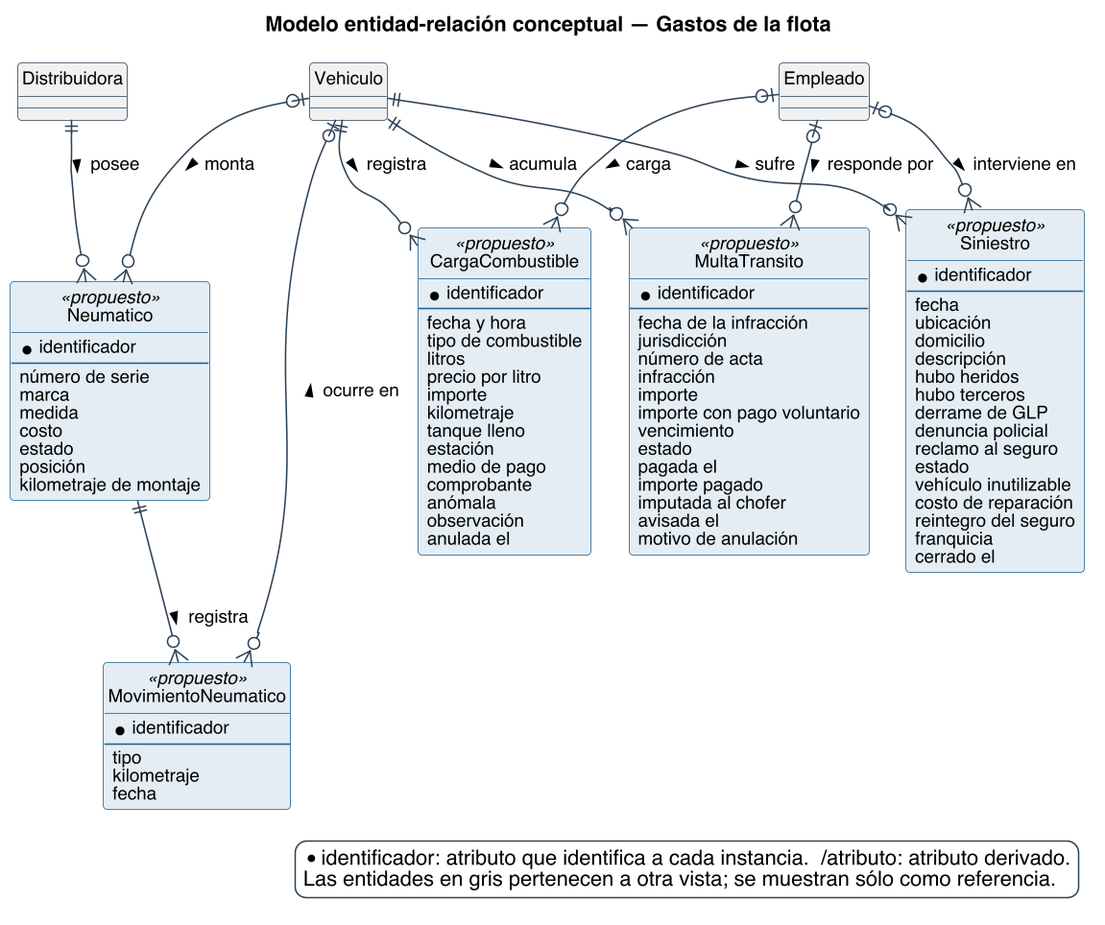
Earlier version of the PlantUML export diagramas/base-de-datos/conceptual/SPLG-der-08-gastos-de-la-flota.png (Nahuelito-Dev/splg-docs). Source of this version:
```plantuml
@startuml
title Modelo entidad-relación conceptual — Gastos de la flota
skinparam backgroundColor #FFFFFF
skinparam shadowing false
skinparam defaultFontName Helvetica
skinparam defaultFontSize 12
skinparam dpi 150
skinparam class {
  BorderColor #2C4257
  BackgroundColor #FFFFFF
  ArrowColor #2C4257
  FontSize 12
}
skinparam entity<<ajena>> {
  BackgroundColor #F1F1F1
  BorderColor #8A97A3
  FontColor #55616C
}
skinparam class<<propuesto>> {
  BorderColor #1F5E8C
  BackgroundColor #E4EDF4
}
skinparam entity<<propuesto>> {
  BorderColor #1F5E8C
  BackgroundColor #E4EDF4
}
skinparam legendBackgroundColor #FFFFFF
skinparam legendBorderColor #2C4257

hide circle

skinparam nodesep 25
skinparam ranksep 45

entity CargaCombustible <<propuesto>> #E4EDF4;line:1F5E8C {
  * identificador
  --
  {field} fecha y hora
  {field} tipo de combustible
  {field} litros
  {field} precio por litro
  {field} importe
  {field} kilometraje
  {field} tanque lleno
  {field} estación
  {field} medio de pago
  {field} comprobante
  {field} anómala
  {field} observación
  {field} anulada el
}
entity MultaTransito <<propuesto>> #E4EDF4;line:1F5E8C {
  * identificador
  --
  {field} fecha de la infracción
  {field} jurisdicción
  {field} número de acta
  {field} infracción
  {field} importe
  {field} importe con pago voluntario
  {field} vencimiento
  {field} estado
  {field} pagada el
  {field} importe pagado
  {field} imputada al chofer
  {field} avisada el
  {field} motivo de anulación
}
entity Siniestro <<propuesto>> #E4EDF4;line:1F5E8C {
  * identificador
  --
  {field} fecha
  {field} ubicación
  {field} domicilio
  {field} descripción
  {field} hubo heridos
  {field} hubo terceros
  {field} derrame de GLP
  {field} denuncia policial
  {field} reclamo al seguro
  {field} estado
  {field} vehículo inutilizable
  {field} costo de reparación
  {field} reintegro del seguro
  {field} franquicia
  {field} cerrado el
}
entity Neumatico <<propuesto>> #E4EDF4;line:1F5E8C {
  * identificador
  --
  {field} número de serie
  {field} marca
  {field} medida
  {field} costo
  {field} estado
  {field} posición
  {field} kilometraje de montaje
}
entity MovimientoNeumatico <<propuesto>> #E4EDF4;line:1F5E8C {
  * identificador
  --
  {field} tipo
  {field} kilometraje
  {field} fecha
}
entity Vehiculo #F1F1F1 {
}
entity Empleado #F1F1F1 {
}
entity Distribuidora #F1F1F1 {
}

Vehiculo ||--o{ CargaCombustible : registra >
Empleado |o--o{ CargaCombustible : carga >
Distribuidora ||--o{ Neumatico : posee >
Vehiculo |o--o{ Neumatico : monta >
Vehiculo ||--o{ MultaTransito : acumula >
Empleado |o--o{ MultaTransito : responde por >
Vehiculo ||--o{ Siniestro : sufre >
Empleado |o--o{ Siniestro : interviene en >
Neumatico ||--o{ MovimientoNeumatico : registra >
MovimientoNeumatico }o--o| Vehiculo : ocurre en >

legend bottom right
  * identificador: atributo que identifica a cada instancia.  /atributo: atributo derivado.
  Las entidades en gris pertenecen a otra vista; se muestran sólo como referencia.
endlegend
@enduml
```
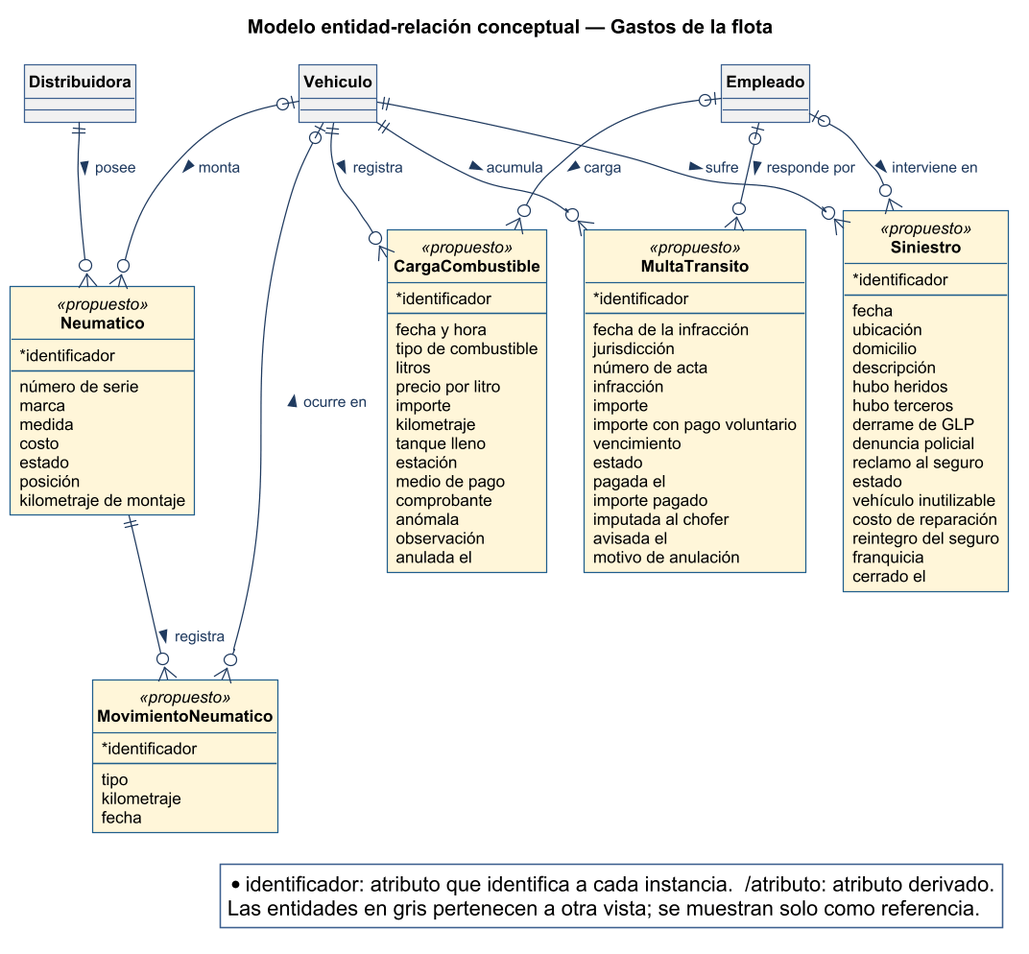
Later version of the same file.

What changed in the source:
```diff
@@ -1,16 +1,6 @@
 @startuml
 title Modelo entidad-relación conceptual — Gastos de la flota
-skinparam backgroundColor #FFFFFF
-skinparam shadowing false
-skinparam defaultFontName Helvetica
-skinparam defaultFontSize 12
-skinparam dpi 150
-skinparam class {
-  BorderColor #2C4257
-  BackgroundColor #FFFFFF
-  ArrowColor #2C4257
-  FontSize 12
-}
+!include ../../estilo-vp.iuml
 skinparam entity<<ajena>> {
   BackgroundColor #F1F1F1
   BorderColor #8A97A3
@@ -18,21 +8,19 @@
 }
 skinparam class<<propuesto>> {
   BorderColor #1F5E8C
-  BackgroundColor #E4EDF4
+  BackgroundColor #FFF6D9
 }
 skinparam entity<<propuesto>> {
   BorderColor #1F5E8C
-  BackgroundColor #E4EDF4
+  BackgroundColor #FFF6D9
 }
-skinparam legendBackgroundColor #FFFFFF
-skinparam legendBorderColor #2C4257
 
 hide circle
 
 skinparam nodesep 25
 skinparam ranksep 45
 
-entity CargaCombustible <<propuesto>> #E4EDF4;line:1F5E8C {
+entity CargaCombustible <<propuesto>> #FFF6D9;line:1F5E8C {
   * identificador
   --
   {field} fecha y hora
@@ -49,7 +37,7 @@
   {field} observación
   {field} anulada el
 }
-entity MultaTransito <<propuesto>> #E4EDF4;line:1F5E8C {
+entity MultaTransito <<propuesto>> #FFF6D9;line:1F5E8C {
   * identificador
   --
   {field} fecha de la infracción
@@ -66,7 +54,7 @@
   {field} avisada el
   {field} motivo de anulación
 }
-entity Siniestro <<propuesto>> #E4EDF4;line:1F5E8C {
+entity Siniestro <<propuesto>> #FFF6D9;line:1F5E8C {
   * identificador
   --
   {field} fecha
@@ -85,7 +73,7 @@
   {field} franquicia
   {field} cerrado el
 }
-entity Neumatico <<propuesto>> #E4EDF4;line:1F5E8C {
+entity Neumatico <<propuesto>> #FFF6D9;line:1F5E8C {
   * identificador
   --
   {field} número de serie
@@ -96,7 +84,7 @@
   {field} posición
   {field} kilometraje de montaje
 }
-entity MovimientoNeumatico <<propuesto>> #E4EDF4;line:1F5E8C {
+entity MovimientoNeumatico <<propuesto>> #FFF6D9;line:1F5E8C {
   * identificador
   --
   {field} tipo
@@ -123,6 +111,6 @@
 
 legend bottom right
   * identificador: atributo que identifica a cada instancia.  /atributo: atributo derivado.
-  Las entidades en gris pertenecen a otra vista; se muestran sólo como referencia.
+  Las entidades en gris pertenecen a otra vista; se muestran solo como referencia.
 endlegend
 @enduml
```
